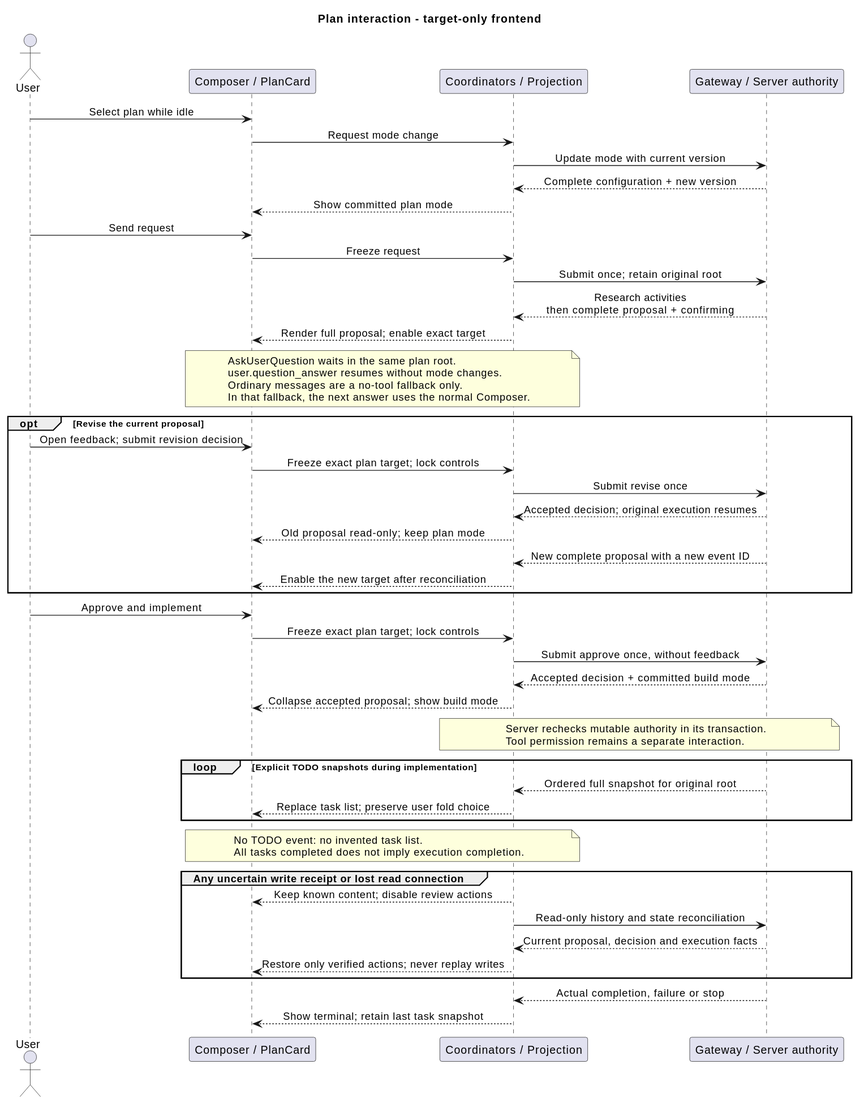
Above: 01-总体架构/04-CampusClaw前端体验/target_plan_interaction.svg in ssm0808/pi-mono-java-design (PlantUML), before the change.
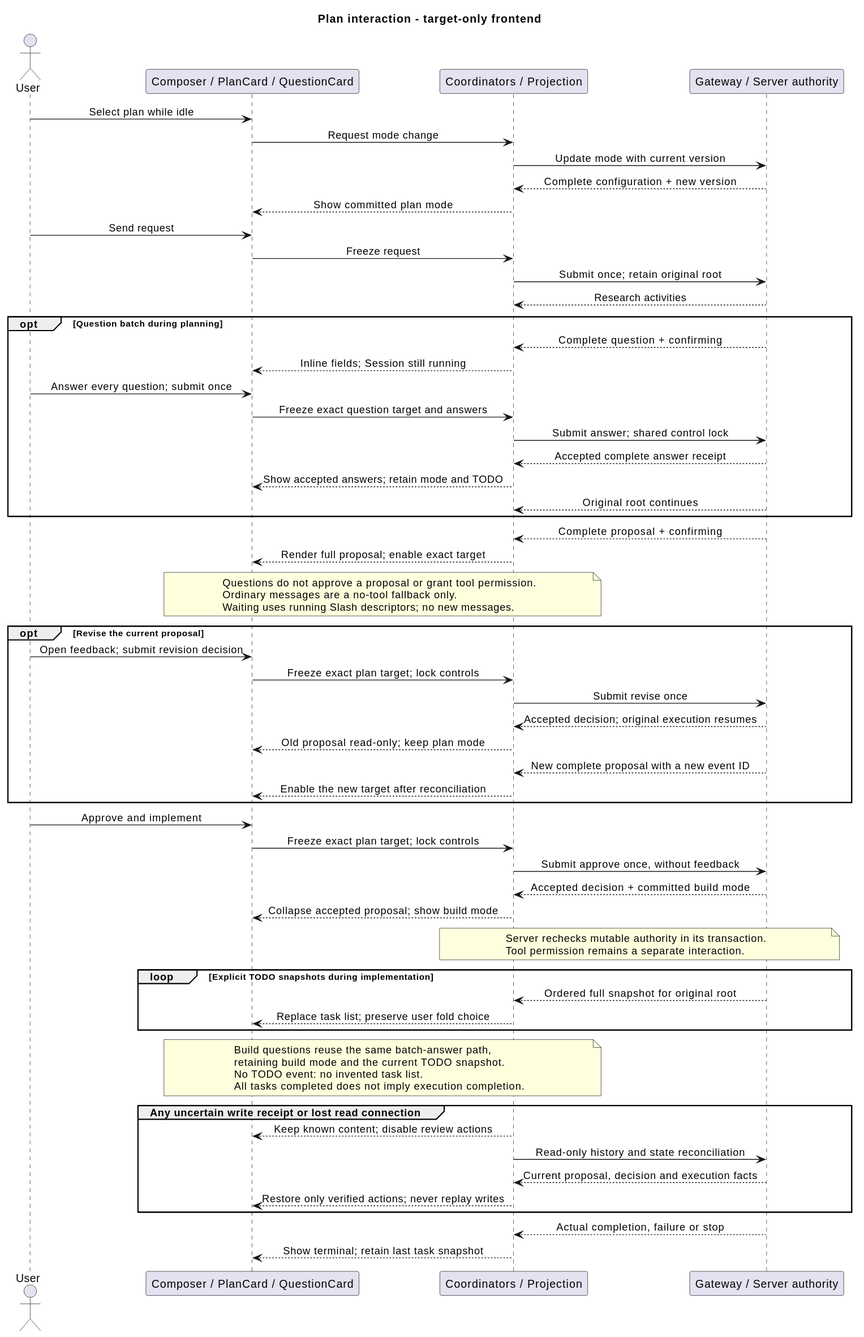
After the change.

Diff of the diagram source:
```diff
@@ -5,7 +5,7 @@
 skinparam defaultFontName SansSerif
 skinparam sequenceMessageAlign center
 actor User
-participant "Composer / PlanCard" as UI
+participant "Composer / PlanCard / QuestionCard" as UI
 participant "Coordinators / Projection" as State
 participant "Gateway / Server authority" as API
 User -> UI : Select plan while idle
@@ -16,13 +16,23 @@
 User -> UI : Send request
 UI -> State : Freeze request
 State -> API : Submit once; retain original root
-API --> State : Research activities\nthen complete proposal + confirming
+API --> State : Research activities
+opt Question batch during planning
+  API --> State : Complete question + confirming
+  State --> UI : Inline fields; Session still running
+  User -> UI : Answer every question; submit once
+  UI -> State : Freeze exact question target and answers
+  State -> API : Submit answer; shared control lock
+  API --> State : Accepted complete answer receipt
+  State --> UI : Show accepted answers; retain mode and TODO
+  API --> State : Original root continues
+end
+API --> State : Complete proposal + confirming
 State --> UI : Render full proposal; enable exact target
 note over UI, State
-  AskUserQuestion waits in the same plan root.
-  user.question_answer resumes without mode changes.
+  Questions do not approve a proposal or grant tool permission.
   Ordinary messages are a no-tool fallback only.
-  In that fallback, the next answer uses the normal Composer.
+  Waiting uses running Slash descriptors; no new messages.
 end note
 opt Revise the current proposal
   User -> UI : Open feedback; submit revision decision
@@ -47,6 +57,8 @@
   State --> UI : Replace task list; preserve user fold choice
 end
 note over UI, State
+  Build questions reuse the same batch-answer path,
+  retaining build mode and the current TODO snapshot.
   No TODO event: no invented task list.
   All tasks completed does not imply execution completion.
 end note
```
